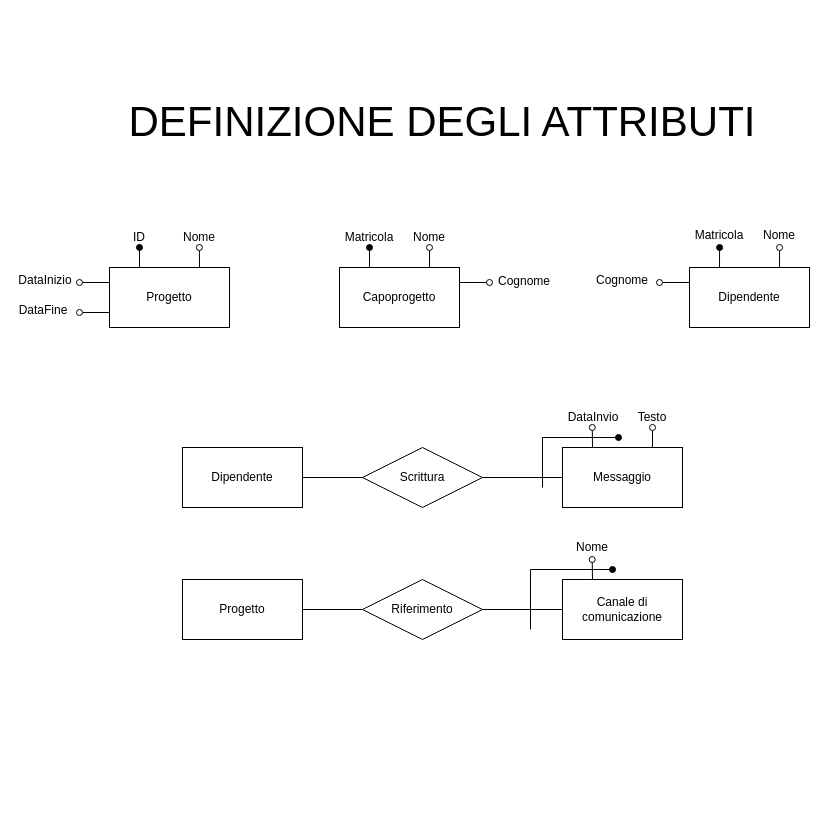
Above: page "Pagina-3" (2 of 4) of Relazione/Schema ER/scheletro.drawio in martafra/BD-Chat-Multicanale (draw.io), before the change. Source tidied: cells renumbered, new cells numbered last; positions are measured from the earlier drawing's top-left corner, leaving out a move shared by most shapes. Both pictures are drawn from the tidied source at 100%, with x=0, y=0 at pixel (17, 77).
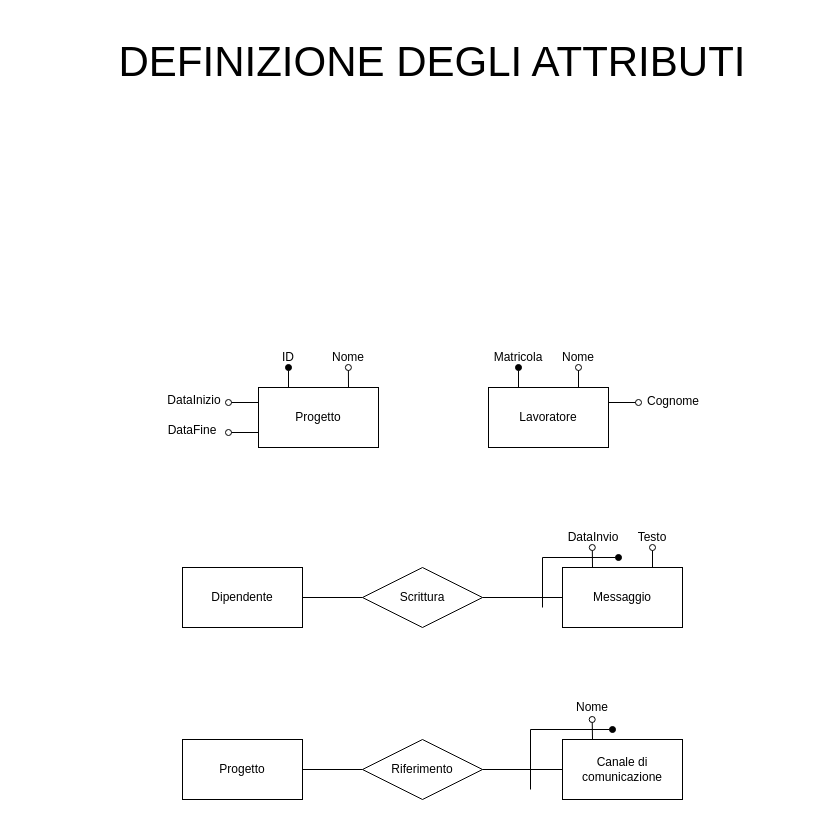
The same diagram, later.

What changed in the source:
```diff
@@
     <mxCell id="2" value="DEFINIZIONE DEGLI ATTRIBUTI" style="text;html=1;strokeColor=none;fillColor=none;align=center;verticalAlign=middle;whiteSpace=wrap;rounded=0;fontSize=42;" parent="1" vertex="1">
-      <mxGeometry x="90" width="670" height="90" as="geometry" />
+      <mxGeometry x="80" y="-60" width="670" height="90" as="geometry" />
     </mxCell>
     <mxCell id="3" style="edgeStyle=orthogonalEdgeStyle;rounded=0;jettySize=auto;html=1;exitX=0.25;exitY=0;exitDx=0;exitDy=0;endArrow=oval;endFill=1;" parent="1" edge="1" source="7">
       <mxGeometry relative="1" as="geometry">
-        <mxPoint x="122" y="170" as="targetPoint" />
+        <mxPoint x="271" y="290" as="targetPoint" />
       </mxGeometry>
     </mxCell>
     <mxCell id="4" style="edgeStyle=orthogonalEdgeStyle;rounded=0;jettySize=auto;html=1;exitX=0.75;exitY=0;exitDx=0;exitDy=0;endArrow=oval;endFill=0;" parent="1" edge="1" source="7">
       <mxGeometry relative="1" as="geometry">
-        <mxPoint x="181.9" y="170" as="targetPoint" />
+        <mxPoint x="330.9" y="290" as="targetPoint" />
       </mxGeometry>
     </mxCell>
     <mxCell id="5" style="edgeStyle=orthogonalEdgeStyle;rounded=0;jettySize=auto;html=1;exitX=0;exitY=0.25;exitDx=0;exitDy=0;endArrow=oval;endFill=0;" parent="1" edge="1" source="7">
       <mxGeometry relative="1" as="geometry">
-        <mxPoint x="62" y="205" as="targetPoint" />
+        <mxPoint x="211" y="325" as="targetPoint" />
       </mxGeometry>
     </mxCell>
     <mxCell id="6" style="edgeStyle=orthogonalEdgeStyle;rounded=0;jettySize=auto;html=1;exitX=0;exitY=0.75;exitDx=0;exitDy=0;endArrow=oval;endFill=0;" parent="1" edge="1" source="7">
       <mxGeometry relative="1" as="geometry">
-        <mxPoint x="62" y="235" as="targetPoint" />
+        <mxPoint x="211" y="355" as="targetPoint" />
       </mxGeometry>
     </mxCell>
     <mxCell id="7" value="Progetto" style="rounded=0;whiteSpace=wrap;html=1;" parent="1" vertex="1">
-      <mxGeometry x="92" y="190" width="120" height="60" as="geometry" />
+      <mxGeometry x="241" y="310" width="120" height="60" as="geometry" />
     </mxCell>
     <mxCell id="8" value="ID" style="text;html=1;strokeColor=none;fillColor=none;align=center;verticalAlign=middle;whiteSpace=wrap;rounded=0;" parent="1" vertex="1">
-      <mxGeometry x="102" y="150" width="40" height="20" as="geometry" />
+      <mxGeometry x="251" y="270" width="40" height="20" as="geometry" />
     </mxCell>
     <mxCell id="9" value="Nome" style="text;html=1;strokeColor=none;fillColor=none;align=center;verticalAlign=middle;whiteSpace=wrap;rounded=0;" parent="1" vertex="1">
-      <mxGeometry x="162" y="150" width="40" height="20" as="geometry" />
+      <mxGeometry x="311" y="270" width="40" height="20" as="geometry" />
     </mxCell>
     <mxCell id="10" value="DataInizio" style="text;html=1;strokeColor=none;fillColor=none;align=center;verticalAlign=middle;whiteSpace=wrap;rounded=0;" parent="1" vertex="1">
-      <mxGeometry y="193" width="56" height="20" as="geometry" />
+      <mxGeometry x="149" y="313" width="56" height="20" as="geometry" />
     </mxCell>
     <mxCell id="11" value="DataFine" style="text;html=1;strokeColor=none;fillColor=none;align=center;verticalAlign=middle;whiteSpace=wrap;rounded=0;" parent="1" vertex="1">
-      <mxGeometry x="2" y="223" width="48" height="20" as="geometry" />
+      <mxGeometry x="151" y="343" width="48" height="20" as="geometry" />
     </mxCell>
     <mxCell id="12" style="edgeStyle=orthogonalEdgeStyle;rounded=0;jettySize=auto;html=1;exitX=0.25;exitY=0;exitDx=0;exitDy=0;endArrow=oval;endFill=1;" parent="1" edge="1" source="15">
       <mxGeometry relative="1" as="geometry">
-        <mxPoint x="352" y="170" as="targetPoint" />
+        <mxPoint x="501" y="290" as="targetPoint" />
       </mxGeometry>
     </mxCell>
     <mxCell id="13" style="edgeStyle=orthogonalEdgeStyle;rounded=0;jettySize=auto;html=1;exitX=0.75;exitY=0;exitDx=0;exitDy=0;endArrow=oval;endFill=0;" parent="1" edge="1" source="15">
       <mxGeometry relative="1" as="geometry">
-        <mxPoint x="412" y="170" as="targetPoint" />
+        <mxPoint x="561" y="290" as="targetPoint" />
       </mxGeometry>
     </mxCell>
     <mxCell id="14" style="edgeStyle=orthogonalEdgeStyle;rounded=0;jettySize=auto;html=1;exitX=1;exitY=0.25;exitDx=0;exitDy=0;endArrow=oval;endFill=0;" parent="1" edge="1" source="15">
       <mxGeometry relative="1" as="geometry">
-        <mxPoint x="472" y="205" as="targetPoint" />
+        <mxPoint x="621" y="325" as="targetPoint" />
       </mxGeometry>
     </mxCell>
-    <mxCell id="15" value="Capoprogetto" style="rounded=0;whiteSpace=wrap;html=1;" parent="1" vertex="1">
-      <mxGeometry x="322" y="190" width="120" height="60" as="geometry" />
+    <mxCell id="15" value="Lavoratore" style="rounded=0;whiteSpace=wrap;html=1;" parent="1" vertex="1">
+      <mxGeometry x="471" y="310" width="120" height="60" as="geometry" />
     </mxCell>
     <mxCell id="16" value="Matricola" style="text;html=1;strokeColor=none;fillColor=none;align=center;verticalAlign=middle;whiteSpace=wrap;rounded=0;" parent="1" vertex="1">
-      <mxGeometry x="332" y="150" width="40" height="20" as="geometry" />
+      <mxGeometry x="481" y="270" width="40" height="20" as="geometry" />
     </mxCell>
     <mxCell id="17" value="Nome" style="text;html=1;strokeColor=none;fillColor=none;align=center;verticalAlign=middle;whiteSpace=wrap;rounded=0;" parent="1" vertex="1">
-      <mxGeometry x="392" y="150" width="40" height="20" as="geometry" />
+      <mxGeometry x="541" y="270" width="40" height="20" as="geometry" />
     </mxCell>
     <mxCell id="18" value="Cognome" style="text;html=1;strokeColor=none;fillColor=none;align=center;verticalAlign=middle;whiteSpace=wrap;rounded=0;" parent="1" vertex="1">
-      <mxGeometry x="482" y="194" width="50" height="20" as="geometry" />
+      <mxGeometry x="631" y="314" width="50" height="20" as="geometry" />
     </mxCell>
-    <mxCell id="19" style="edgeStyle=orthogonalEdgeStyle;rounded=0;jettySize=auto;html=1;exitX=0.25;exitY=0;exitDx=0;exitDy=0;endArrow=oval;endFill=1;" parent="1" edge="1" source="22">
-      <mxGeometry relative="1" as="geometry">
-        <mxPoint x="702.1" y="170" as="targetPoint" />
-      </mxGeometry>
-    </mxCell>
-    <mxCell id="20" style="edgeStyle=orthogonalEdgeStyle;rounded=0;jettySize=auto;html=1;exitX=0.75;exitY=0;exitDx=0;exitDy=0;endArrow=oval;endFill=0;" parent="1" edge="1" source="22">
-      <mxGeometry relative="1" as="geometry">
-        <mxPoint x="762.1" y="170" as="targetPoint" />
-      </mxGeometry>
-    </mxCell>
-    <mxCell id="21" style="edgeStyle=orthogonalEdgeStyle;rounded=0;jettySize=auto;html=1;exitX=0;exitY=0.25;exitDx=0;exitDy=0;endArrow=oval;endFill=0;" parent="1" edge="1" source="22">
-      <mxGeometry relative="1" as="geometry">
-        <mxPoint x="642" y="205" as="targetPoint" />
-      </mxGeometry>
-    </mxCell>
-    <mxCell id="22" value="Dipendente" style="rounded=0;whiteSpace=wrap;html=1;" parent="1" vertex="1">
-      <mxGeometry x="672" y="190" width="120" height="60" as="geometry" />
-    </mxCell>
-    <mxCell id="23" value="Matricola" style="text;html=1;strokeColor=none;fillColor=none;align=center;verticalAlign=middle;whiteSpace=wrap;rounded=0;" parent="1" vertex="1">
-      <mxGeometry x="677" y="148" width="50" height="20" as="geometry" />
-    </mxCell>
-    <mxCell id="24" value="Nome" style="text;html=1;strokeColor=none;fillColor=none;align=center;verticalAlign=middle;whiteSpace=wrap;rounded=0;" parent="1" vertex="1">
-      <mxGeometry x="742" y="148" width="40" height="20" as="geometry" />
-    </mxCell>
-    <mxCell id="25" value="Cognome" style="text;html=1;strokeColor=none;fillColor=none;align=center;verticalAlign=middle;whiteSpace=wrap;rounded=0;" parent="1" vertex="1">
-      <mxGeometry x="580" y="193" width="50" height="20" as="geometry" />
-    </mxCell>
@@
     <mxCell id="27" value="Dipendente" style="rounded=0;whiteSpace=wrap;html=1;" parent="1" vertex="1">
-      <mxGeometry x="165" y="370" width="120" height="60" as="geometry" />
+      <mxGeometry x="165" y="490" width="120" height="60" as="geometry" />
     </mxCell>
     <mxCell id="28" style="edgeStyle=orthogonalEdgeStyle;rounded=0;jettySize=auto;html=1;exitX=0.75;exitY=0;exitDx=0;exitDy=0;endArrow=oval;endFill=0;" parent="1" edge="1" source="30">
       <mxGeometry relative="1" as="geometry">
-        <mxPoint x="635" y="350" as="targetPoint" />
+        <mxPoint x="635" y="470" as="targetPoint" />
       </mxGeometry>
     </mxCell>
     <mxCell id="29" style="edgeStyle=orthogonalEdgeStyle;rounded=0;jettySize=auto;html=1;exitX=0.25;exitY=0;exitDx=0;exitDy=0;endArrow=oval;endFill=0;" parent="1" edge="1" source="30">
       <mxGeometry relative="1" as="geometry">
-        <mxPoint x="574.8" y="350" as="targetPoint" />
+        <mxPoint x="574.8" y="470" as="targetPoint" />
       </mxGeometry>
     </mxCell>
     <mxCell id="30" value="Messaggio" style="rounded=0;whiteSpace=wrap;html=1;" parent="1" vertex="1">
-      <mxGeometry x="545" y="370" width="120" height="60" as="geometry" />
+      <mxGeometry x="545" y="490" width="120" height="60" as="geometry" />
     </mxCell>
@@
     <mxCell id="32" value="Scrittura" style="shape=rhombus;perimeter=rhombusPerimeter;whiteSpace=wrap;html=1;align=center;" parent="1" vertex="1">
-      <mxGeometry x="345" y="370" width="120" height="60" as="geometry" />
+      <mxGeometry x="345" y="490" width="120" height="60" as="geometry" />
     </mxCell>
     <mxCell id="33" value="Testo" style="text;html=1;strokeColor=none;fillColor=none;align=center;verticalAlign=middle;whiteSpace=wrap;rounded=0;" parent="1" vertex="1">
-      <mxGeometry x="615" y="330" width="40" height="20" as="geometry" />
+      <mxGeometry x="615" y="450" width="40" height="20" as="geometry" />
     </mxCell>
     <mxCell id="34" value="DataInvio" style="text;html=1;strokeColor=none;fillColor=none;align=center;verticalAlign=middle;whiteSpace=wrap;rounded=0;" parent="1" vertex="1">
-      <mxGeometry x="551" y="330" width="50" height="20" as="geometry" />
+      <mxGeometry x="551" y="450" width="50" height="20" as="geometry" />
     </mxCell>
     <mxCell id="35" style="edgeStyle=orthogonalEdgeStyle;rounded=0;orthogonalLoop=1;jettySize=auto;html=1;endArrow=oval;endFill=1;" parent="1" edge="1">
       <mxGeometry relative="1" as="geometry">
-        <mxPoint x="525" y="410" as="sourcePoint" />
-        <mxPoint x="601" y="360" as="targetPoint" />
+        <mxPoint x="525" y="530" as="sourcePoint" />
+        <mxPoint x="601" y="480" as="targetPoint" />
         <Array as="points">
-          <mxPoint x="525" y="360" />
+          <mxPoint x="525" y="480" />
         </Array>
       </mxGeometry>
     </mxCell>
     <mxCell id="36" value="Progetto" style="rounded=0;whiteSpace=wrap;html=1;" parent="1" vertex="1">
-      <mxGeometry x="165" y="502" width="120" height="60" as="geometry" />
+      <mxGeometry x="165" y="662" width="120" height="60" as="geometry" />
     </mxCell>
     <mxCell id="37" style="edgeStyle=orthogonalEdgeStyle;rounded=0;jettySize=auto;html=1;exitX=0.25;exitY=0;exitDx=0;exitDy=0;endArrow=oval;endFill=0;" parent="1" edge="1" source="38">
       <mxGeometry relative="1" as="geometry">
-        <mxPoint x="574.7" y="482" as="targetPoint" />
+        <mxPoint x="574.7" y="642" as="targetPoint" />
       </mxGeometry>
     </mxCell>
     <mxCell id="38" value="Canale di comunicazione" style="rounded=0;whiteSpace=wrap;html=1;" parent="1" vertex="1">
-      <mxGeometry x="545" y="502" width="120" height="60" as="geometry" />
+      <mxGeometry x="545" y="662" width="120" height="60" as="geometry" />
     </mxCell>
     <mxCell id="39" style="edgeStyle=orthogonalEdgeStyle;rounded=0;orthogonalLoop=1;jettySize=auto;html=1;endArrow=oval;endFill=1;" parent="1" edge="1">
       <mxGeometry relative="1" as="geometry">
-        <mxPoint x="513" y="552" as="sourcePoint" />
-        <mxPoint x="595" y="492" as="targetPoint" />
+        <mxPoint x="513" y="712" as="sourcePoint" />
+        <mxPoint x="595" y="652" as="targetPoint" />
         <Array as="points">
-          <mxPoint x="513" y="552" />
-          <mxPoint x="513" y="492" />
+          <mxPoint x="513" y="712" />
+          <mxPoint x="513" y="652" />
         </Array>
       </mxGeometry>
     </mxCell>
@@
     <mxCell id="42" value="Riferimento" style="shape=rhombus;perimeter=rhombusPerimeter;whiteSpace=wrap;html=1;align=center;" parent="1" vertex="1">
-      <mxGeometry x="345" y="502" width="120" height="60" as="geometry" />
+      <mxGeometry x="345" y="662" width="120" height="60" as="geometry" />
     </mxCell>
     <mxCell id="43" value="Nome" style="text;html=1;strokeColor=none;fillColor=none;align=center;verticalAlign=middle;whiteSpace=wrap;rounded=0;" parent="1" vertex="1">
-      <mxGeometry x="555" y="460" width="40" height="20" as="geometry" />
+      <mxGeometry x="555" y="620" width="40" height="20" as="geometry" />
     </mxCell>
```
